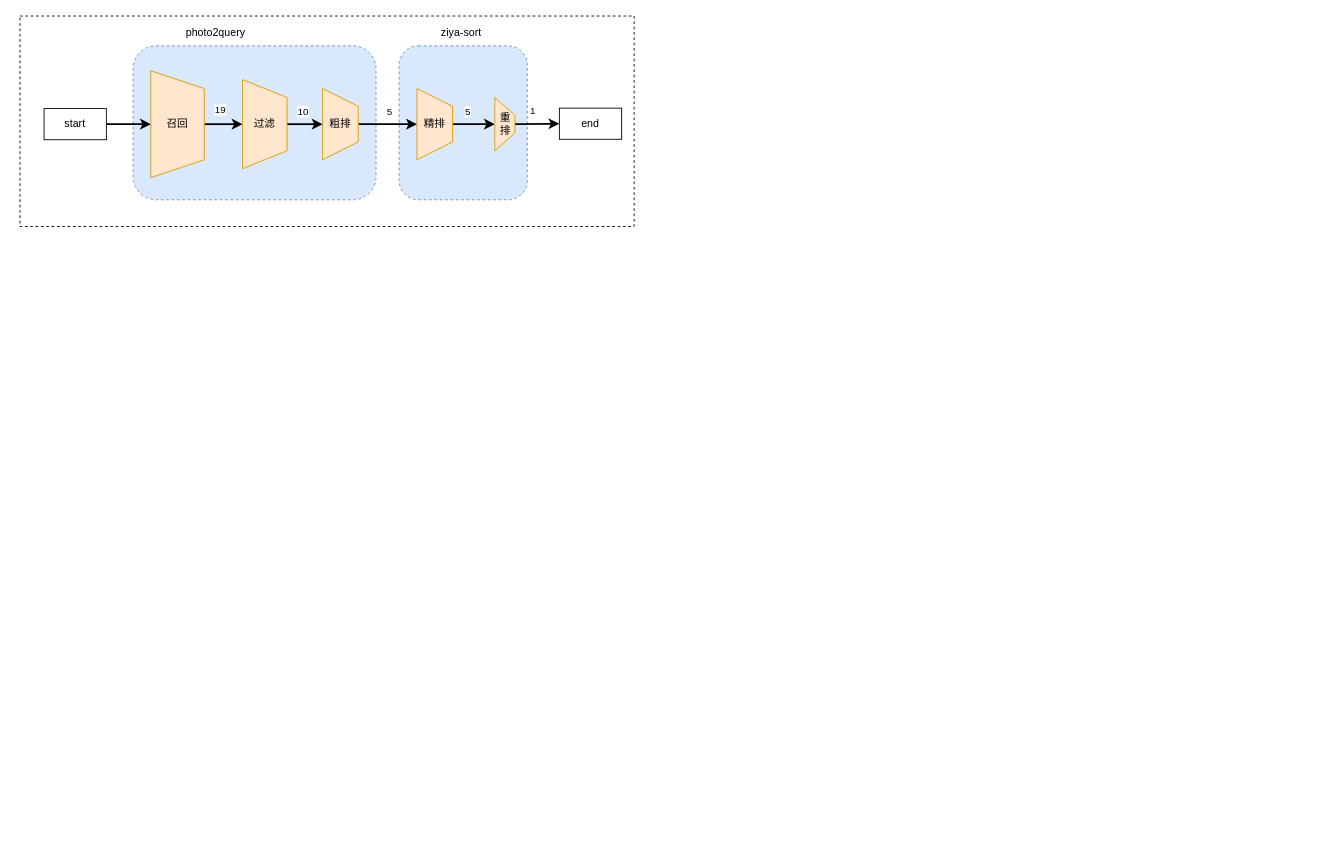
Above: query-reco.drawio in AmaniCheung/draw.io (draw.io), before the change. Source tidied: cells renumbered, new cells numbered last; positions are measured from the earlier drawing's top-left corner, leaving out a move shared by most shapes. Both pictures are drawn from the tidied source at 89%, with x=0, y=0 at pixel (20, 16).
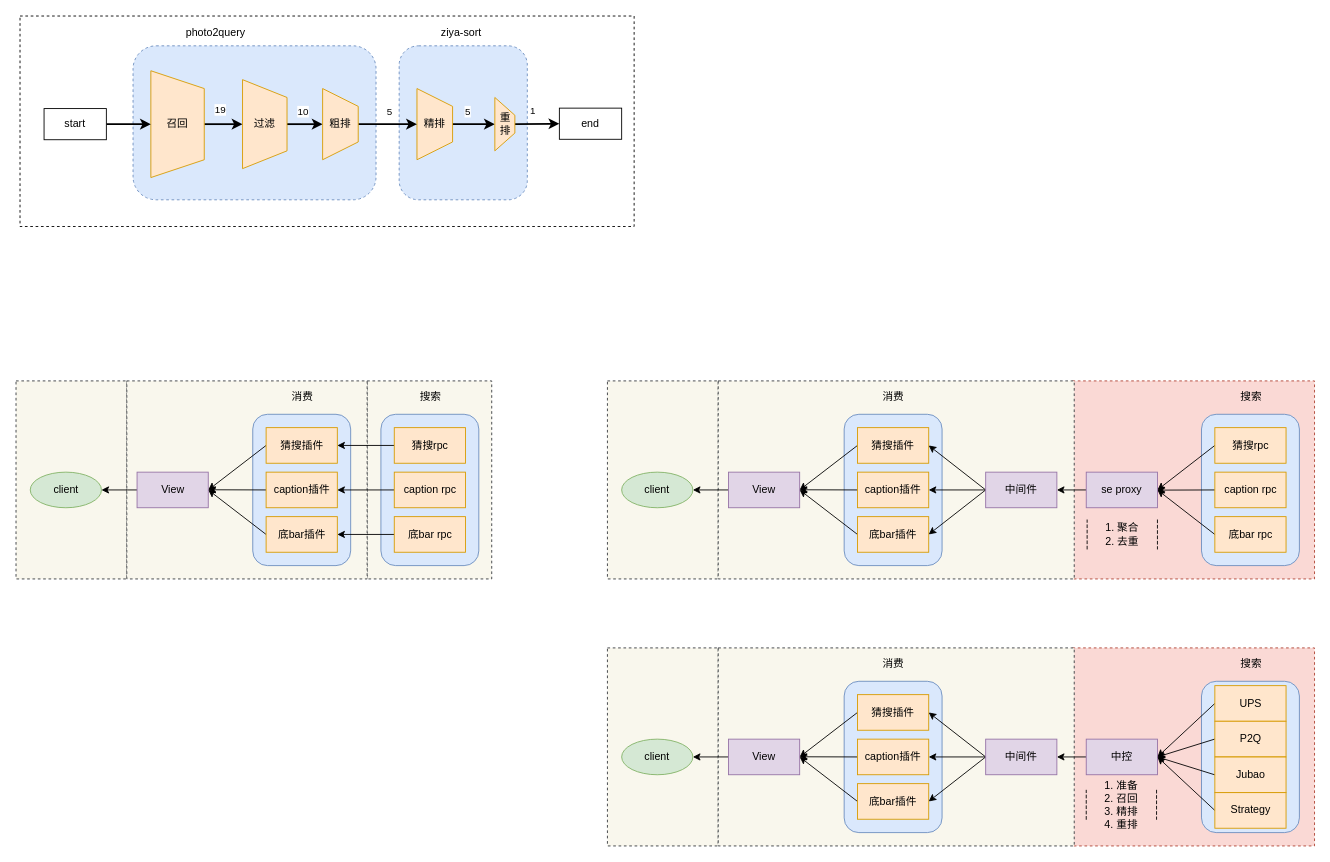
The same diagram, later.

Unchanged cells that the change refers to:
```xml
<mxCell id="7" value="召回" style="shape=trapezoid;perimeter=trapezoidPerimeter;whiteSpace=wrap;html=1;fixedSize=1;direction=south;fillColor=#ffe6cc;strokeColor=#d79b00;" parent="1" vertex="1">
  <mxGeometry x="147" y="61" width="60" height="120" as="geometry" />
</mxCell>
<mxCell id="10" value="&lt;span style=&quot;font-weight: normal;&quot;&gt;过滤&lt;/span&gt;" style="shape=trapezoid;perimeter=trapezoidPerimeter;whiteSpace=wrap;html=1;fixedSize=1;direction=south;fillColor=#ffe6cc;strokeColor=#d79b00;fontStyle=1;" parent="1" vertex="1">
  <mxGeometry x="250" y="71" width="50" height="100" as="geometry" />
</mxCell>
<mxCell id="13" value="精排" style="shape=trapezoid;perimeter=trapezoidPerimeter;whiteSpace=wrap;html=1;fixedSize=1;direction=south;fillColor=#ffe6cc;strokeColor=#d79b00;" parent="1" vertex="1">
  <mxGeometry x="446" y="81" width="40" height="80" as="geometry" />
</mxCell>
<mxCell id="16" value="重排" style="shape=trapezoid;perimeter=trapezoidPerimeter;whiteSpace=wrap;html=1;fixedSize=1;direction=south;fillColor=#ffe6cc;strokeColor=#d79b00;" parent="1" vertex="1">
  <mxGeometry x="533.5" y="91" width="22.5" height="60" as="geometry" />
</mxCell>
<mxCell id="18" value="start" style="rounded=0;whiteSpace=wrap;html=1;" parent="1" vertex="1">
  <mxGeometry x="27" y="103.5" width="70" height="35" as="geometry" />
</mxCell>
<mxCell id="19" value="end" style="rounded=0;whiteSpace=wrap;html=1;" parent="1" vertex="1">
  <mxGeometry x="606" y="103" width="70" height="35" as="geometry" />
</mxCell>
<mxCell id="24" value="粗排" style="shape=trapezoid;perimeter=trapezoidPerimeter;whiteSpace=wrap;html=1;fixedSize=1;direction=south;fillColor=#ffe6cc;strokeColor=#d79b00;" parent="1" vertex="1">
  <mxGeometry x="340" y="81" width="40" height="80" as="geometry" />
</mxCell>
```

Diff of the diagram source:
```diff
@@
+    <mxCell id="25" style="rounded=0;whiteSpace=wrap;html=1;dashed=1;fillColor=#f9f7ed;strokeColor=#36393d;" parent="1" vertex="1">
+      <mxGeometry x="-4.5" y="409.5" width="124.5" height="222.5" as="geometry" />
+    </mxCell>
+    <mxCell id="26" style="rounded=0;whiteSpace=wrap;html=1;dashed=1;fillColor=#f9f7ed;strokeColor=#36393d;" parent="1" vertex="1">
+      <mxGeometry x="660" y="709.5" width="124.5" height="222.5" as="geometry" />
+    </mxCell>
+    <mxCell id="27" style="rounded=0;whiteSpace=wrap;html=1;dashed=1;fillColor=#f9f7ed;strokeColor=#36393d;" parent="1" vertex="1">
+      <mxGeometry x="660" y="409.5" width="124.5" height="222.5" as="geometry" />
+    </mxCell>
+    <mxCell id="28" style="rounded=0;whiteSpace=wrap;html=1;dashed=1;fillColor=#fad9d5;strokeColor=#ae4132;" parent="1" vertex="1">
+      <mxGeometry x="1182.5" y="409.5" width="272" height="222.5" as="geometry" />
+    </mxCell>
+    <mxCell id="29" style="rounded=0;whiteSpace=wrap;html=1;dashed=1;fillColor=#f9f7ed;strokeColor=#36393d;" parent="1" vertex="1">
+      <mxGeometry x="390" y="409.5" width="140" height="222.5" as="geometry" />
+    </mxCell>
+    <mxCell id="30" style="rounded=0;whiteSpace=wrap;html=1;dashed=1;fillColor=#f9f7ed;strokeColor=#36393d;" parent="1" vertex="1">
+      <mxGeometry x="120" y="409.5" width="270" height="222.5" as="geometry" />
+    </mxCell>
+    <mxCell id="31" style="rounded=1;whiteSpace=wrap;html=1;fillColor=#dae8fc;strokeColor=#6c8ebf;" parent="1" vertex="1">
+      <mxGeometry x="261.5" y="447" width="110" height="170" as="geometry" />
+    </mxCell>
@@
-    <mxCell id="5" style="edgeStyle=none;html=1;exitX=0.5;exitY=0;exitDx=0;exitDy=0;strokeWidth=2;" parent="1" edge="1" source="7" target="10">
+    <mxCell id="5" style="edgeStyle=none;html=1;exitX=0.5;exitY=0;exitDx=0;exitDy=0;strokeWidth=2;fontStyle=0;" parent="1" edge="1" source="7" target="10">
       <mxGeometry relative="1" as="geometry" />
     </mxCell>
@@
-    <mxCell id="8" style="edgeStyle=none;html=1;exitX=0.5;exitY=0;exitDx=0;exitDy=0;entryX=0.5;entryY=1;entryDx=0;entryDy=0;strokeWidth=2;" parent="1" edge="1" source="10" target="24">
+    <mxCell id="8" style="edgeStyle=none;html=1;exitX=0.5;exitY=0;exitDx=0;exitDy=0;entryX=0.5;entryY=1;entryDx=0;entryDy=0;strokeWidth=2;fontStyle=0;" parent="1" edge="1" source="10" target="24">
       <mxGeometry relative="1" as="geometry" />
     </mxCell>
@@
-    <mxCell id="11" style="edgeStyle=none;html=1;strokeWidth=2;" parent="1" edge="1" source="13" target="16">
+    <mxCell id="11" style="edgeStyle=none;html=1;strokeWidth=2;fontStyle=0;" parent="1" edge="1" source="13" target="16">
       <mxGeometry relative="1" as="geometry" />
     </mxCell>
@@
-    <mxCell id="14" style="edgeStyle=none;html=1;entryX=0;entryY=0.5;entryDx=0;entryDy=0;strokeWidth=2;" parent="1" edge="1" source="16" target="19">
+    <mxCell id="14" style="edgeStyle=none;html=1;entryX=0;entryY=0.5;entryDx=0;entryDy=0;strokeWidth=2;fontStyle=0;" parent="1" edge="1" source="16" target="19">
       <mxGeometry relative="1" as="geometry" />
     </mxCell>
@@
-    <mxCell id="17" style="edgeStyle=none;html=1;exitX=1;exitY=0.5;exitDx=0;exitDy=0;entryX=0.5;entryY=1;entryDx=0;entryDy=0;strokeWidth=2;" parent="1" edge="1" source="18" target="7">
+    <mxCell id="17" style="edgeStyle=none;html=1;exitX=1;exitY=0.5;exitDx=0;exitDy=0;entryX=0.5;entryY=1;entryDx=0;entryDy=0;strokeWidth=2;fontStyle=0;" parent="1" edge="1" source="18" target="7">
       <mxGeometry relative="1" as="geometry" />
     </mxCell>
@@
-    <mxCell id="22" style="edgeStyle=none;html=1;exitX=0.5;exitY=0;exitDx=0;exitDy=0;entryX=0.5;entryY=1;entryDx=0;entryDy=0;strokeWidth=2;" parent="1" edge="1" source="24" target="13">
+    <mxCell id="22" style="edgeStyle=none;html=1;exitX=0.5;exitY=0;exitDx=0;exitDy=0;entryX=0.5;entryY=1;entryDx=0;entryDy=0;strokeWidth=2;fontStyle=0;" parent="1" edge="1" source="24" target="13">
       <mxGeometry relative="1" as="geometry" />
     </mxCell>
@@
+    <mxCell id="32" style="edgeStyle=none;html=1;exitX=0;exitY=0.5;exitDx=0;exitDy=0;fontStyle=0;" parent="1" edge="1" source="33" target="40">
+      <mxGeometry relative="1" as="geometry" />
+    </mxCell>
+    <mxCell id="33" value="View" style="rounded=0;whiteSpace=wrap;html=1;fillColor=#e1d5e7;strokeColor=#9673a6;" parent="1" vertex="1">
+      <mxGeometry x="131.5" y="512" width="80" height="40" as="geometry" />
+    </mxCell>
+    <mxCell id="34" style="edgeStyle=none;html=1;exitX=0;exitY=0.5;exitDx=0;exitDy=0;entryX=1;entryY=0.5;entryDx=0;entryDy=0;fontStyle=0;" parent="1" edge="1" source="35" target="33">
+      <mxGeometry relative="1" as="geometry" />
+    </mxCell>
+    <mxCell id="35" value="猜搜插件" style="rounded=0;whiteSpace=wrap;html=1;fillColor=#ffe6cc;strokeColor=#d79b00;" parent="1" vertex="1">
+      <mxGeometry x="276.5" y="462" width="80" height="40" as="geometry" />
+    </mxCell>
+    <mxCell id="36" style="edgeStyle=none;html=1;exitX=0;exitY=0.5;exitDx=0;exitDy=0;fontStyle=0;" parent="1" edge="1" source="37">
+      <mxGeometry relative="1" as="geometry">
+        <mxPoint x="211.5" y="531.8" as="targetPoint" />
+      </mxGeometry>
+    </mxCell>
+    <mxCell id="37" value="caption插件" style="rounded=0;whiteSpace=wrap;html=1;fillColor=#ffe6cc;strokeColor=#d79b00;" parent="1" vertex="1">
+      <mxGeometry x="276.5" y="512" width="80" height="40" as="geometry" />
+    </mxCell>
+    <mxCell id="38" style="edgeStyle=none;html=1;exitX=0;exitY=0.5;exitDx=0;exitDy=0;fontStyle=0;" parent="1" edge="1" source="39">
+      <mxGeometry relative="1" as="geometry">
+        <mxPoint x="211.5" y="532" as="targetPoint" />
+      </mxGeometry>
+    </mxCell>
+    <mxCell id="39" value="底bar插件" style="rounded=0;whiteSpace=wrap;html=1;fillColor=#ffe6cc;strokeColor=#d79b00;" parent="1" vertex="1">
+      <mxGeometry x="276.5" y="562" width="80" height="40" as="geometry" />
+    </mxCell>
+    <mxCell id="40" value="client" style="ellipse;whiteSpace=wrap;html=1;fillColor=#d5e8d4;strokeColor=#82b366;" parent="1" vertex="1">
+      <mxGeometry x="11.5" y="512" width="80" height="40" as="geometry" />
+    </mxCell>
+    <mxCell id="41" style="rounded=1;whiteSpace=wrap;html=1;fillColor=#dae8fc;strokeColor=#6c8ebf;" parent="1" vertex="1">
+      <mxGeometry x="405.5" y="447" width="110" height="170" as="geometry" />
+    </mxCell>
+    <mxCell id="42" style="edgeStyle=none;html=1;exitX=0;exitY=0.5;exitDx=0;exitDy=0;fontStyle=0;" parent="1" edge="1" source="43" target="35">
+      <mxGeometry relative="1" as="geometry" />
+    </mxCell>
+    <mxCell id="43" value="猜搜rpc" style="rounded=0;whiteSpace=wrap;html=1;fillColor=#ffe6cc;strokeColor=#d79b00;" parent="1" vertex="1">
+      <mxGeometry x="420.5" y="462" width="80" height="40" as="geometry" />
+    </mxCell>
+    <mxCell id="44" style="edgeStyle=none;html=1;exitX=0;exitY=0.5;exitDx=0;exitDy=0;fontStyle=0;" parent="1" edge="1" source="45" target="37">
+      <mxGeometry relative="1" as="geometry" />
+    </mxCell>
+    <mxCell id="45" value="caption rpc" style="rounded=0;whiteSpace=wrap;html=1;fillColor=#ffe6cc;strokeColor=#d79b00;" parent="1" vertex="1">
+      <mxGeometry x="420.5" y="512" width="80" height="40" as="geometry" />
+    </mxCell>
+    <mxCell id="46" style="edgeStyle=none;html=1;exitX=0;exitY=0.5;exitDx=0;exitDy=0;fontStyle=0;" parent="1" edge="1" source="47" target="39">
+      <mxGeometry relative="1" as="geometry" />
+    </mxCell>
+    <mxCell id="47" value="底bar rpc" style="rounded=0;whiteSpace=wrap;html=1;fillColor=#ffe6cc;strokeColor=#d79b00;" parent="1" vertex="1">
+      <mxGeometry x="420.5" y="562" width="80" height="40" as="geometry" />
+    </mxCell>
+    <mxCell id="48" value="消费" style="text;html=1;align=center;verticalAlign=middle;strokeColor=none;fillColor=none;" parent="1" vertex="1">
+      <mxGeometry x="291.5" y="412" width="50" height="30" as="geometry" />
+    </mxCell>
+    <mxCell id="49" value="搜索" style="text;html=1;align=center;verticalAlign=middle;strokeColor=none;fillColor=none;" parent="1" vertex="1">
+      <mxGeometry x="435.5" y="412" width="50" height="30" as="geometry" />
+    </mxCell>
+    <mxCell id="50" style="rounded=0;whiteSpace=wrap;html=1;dashed=1;fillColor=#f9f7ed;strokeColor=#36393d;" parent="1" vertex="1">
+      <mxGeometry x="784.5" y="409.5" width="400" height="222.5" as="geometry" />
+    </mxCell>
+    <mxCell id="51" style="rounded=1;whiteSpace=wrap;html=1;fillColor=#dae8fc;strokeColor=#6c8ebf;" parent="1" vertex="1">
+      <mxGeometry x="926" y="447" width="110" height="170" as="geometry" />
+    </mxCell>
+    <mxCell id="52" style="edgeStyle=none;html=1;exitX=0;exitY=0.5;exitDx=0;exitDy=0;fontStyle=0;" parent="1" edge="1" source="53" target="60">
+      <mxGeometry relative="1" as="geometry" />
+    </mxCell>
+    <mxCell id="53" value="View" style="rounded=0;whiteSpace=wrap;html=1;fillColor=#e1d5e7;strokeColor=#9673a6;" parent="1" vertex="1">
+      <mxGeometry x="796" y="512" width="80" height="40" as="geometry" />
+    </mxCell>
+    <mxCell id="54" style="edgeStyle=none;html=1;exitX=0;exitY=0.5;exitDx=0;exitDy=0;entryX=1;entryY=0.5;entryDx=0;entryDy=0;fontStyle=0;" parent="1" edge="1" source="55" target="53">
+      <mxGeometry relative="1" as="geometry" />
+    </mxCell>
+    <mxCell id="55" value="猜搜插件" style="rounded=0;whiteSpace=wrap;html=1;fillColor=#ffe6cc;strokeColor=#d79b00;" parent="1" vertex="1">
+      <mxGeometry x="941" y="462" width="80" height="40" as="geometry" />
+    </mxCell>
+    <mxCell id="56" style="edgeStyle=none;html=1;exitX=0;exitY=0.5;exitDx=0;exitDy=0;fontStyle=0;" parent="1" edge="1" source="57">
+      <mxGeometry relative="1" as="geometry">
+        <mxPoint x="876" y="531.8" as="targetPoint" />
+      </mxGeometry>
+    </mxCell>
+    <mxCell id="57" value="caption插件" style="rounded=0;whiteSpace=wrap;html=1;fillColor=#ffe6cc;strokeColor=#d79b00;" parent="1" vertex="1">
+      <mxGeometry x="941" y="512" width="80" height="40" as="geometry" />
+    </mxCell>
+    <mxCell id="58" style="edgeStyle=none;html=1;exitX=0;exitY=0.5;exitDx=0;exitDy=0;fontStyle=0;" parent="1" edge="1" source="59">
+      <mxGeometry relative="1" as="geometry">
+        <mxPoint x="876" y="532" as="targetPoint" />
+      </mxGeometry>
+    </mxCell>
+    <mxCell id="59" value="底bar插件" style="rounded=0;whiteSpace=wrap;html=1;fillColor=#ffe6cc;strokeColor=#d79b00;" parent="1" vertex="1">
+      <mxGeometry x="941" y="562" width="80" height="40" as="geometry" />
+    </mxCell>
+    <mxCell id="60" value="client" style="ellipse;whiteSpace=wrap;html=1;fillColor=#d5e8d4;strokeColor=#82b366;" parent="1" vertex="1">
+      <mxGeometry x="676" y="512" width="80" height="40" as="geometry" />
+    </mxCell>
+    <mxCell id="61" style="rounded=1;whiteSpace=wrap;html=1;fillColor=#dae8fc;strokeColor=#6c8ebf;" parent="1" vertex="1">
+      <mxGeometry x="1327.5" y="447" width="110" height="170" as="geometry" />
+    </mxCell>
+    <mxCell id="62" style="edgeStyle=none;html=1;exitX=0;exitY=0.5;exitDx=0;exitDy=0;entryX=1;entryY=0.5;entryDx=0;entryDy=0;" parent="1" edge="1" source="63" target="71">
+      <mxGeometry relative="1" as="geometry" />
+    </mxCell>
+    <mxCell id="63" value="猜搜rpc" style="rounded=0;whiteSpace=wrap;html=1;fillColor=#ffe6cc;strokeColor=#d79b00;" parent="1" vertex="1">
+      <mxGeometry x="1342.5" y="462" width="80" height="40" as="geometry" />
+    </mxCell>
+    <mxCell id="64" style="edgeStyle=none;html=1;exitX=0;exitY=0.5;exitDx=0;exitDy=0;" parent="1" edge="1" source="65">
+      <mxGeometry relative="1" as="geometry">
+        <mxPoint x="1277.5" y="532.2" as="targetPoint" />
+      </mxGeometry>
+    </mxCell>
+    <mxCell id="65" value="caption rpc" style="rounded=0;whiteSpace=wrap;html=1;fillColor=#ffe6cc;strokeColor=#d79b00;" parent="1" vertex="1">
+      <mxGeometry x="1342.5" y="512" width="80" height="40" as="geometry" />
+    </mxCell>
+    <mxCell id="66" style="edgeStyle=none;html=1;exitX=0;exitY=0.5;exitDx=0;exitDy=0;entryX=1;entryY=0.5;entryDx=0;entryDy=0;" parent="1" edge="1" source="67" target="71">
+      <mxGeometry relative="1" as="geometry" />
+    </mxCell>
+    <mxCell id="67" value="底bar rpc" style="rounded=0;whiteSpace=wrap;html=1;fillColor=#ffe6cc;strokeColor=#d79b00;" parent="1" vertex="1">
+      <mxGeometry x="1342.5" y="562" width="80" height="40" as="geometry" />
+    </mxCell>
+    <mxCell id="68" value="消费" style="text;html=1;align=center;verticalAlign=middle;strokeColor=none;fillColor=none;" parent="1" vertex="1">
+      <mxGeometry x="956" y="412" width="50" height="30" as="geometry" />
+    </mxCell>
+    <mxCell id="69" value="搜索" style="text;html=1;align=center;verticalAlign=middle;strokeColor=none;fillColor=none;" parent="1" vertex="1">
+      <mxGeometry x="1357.5" y="412" width="50" height="30" as="geometry" />
+    </mxCell>
+    <mxCell id="70" style="edgeStyle=none;html=1;exitX=0;exitY=0.5;exitDx=0;exitDy=0;" parent="1" edge="1" source="71" target="75">
+      <mxGeometry relative="1" as="geometry" />
+    </mxCell>
+    <mxCell id="71" value="se proxy" style="rounded=0;whiteSpace=wrap;html=1;fillColor=#e1d5e7;strokeColor=#9673a6;" parent="1" vertex="1">
+      <mxGeometry x="1198" y="512" width="80" height="40" as="geometry" />
+    </mxCell>
+    <mxCell id="72" style="edgeStyle=none;html=1;exitX=0;exitY=0.5;exitDx=0;exitDy=0;entryX=1;entryY=0.5;entryDx=0;entryDy=0;" parent="1" edge="1" source="75" target="55">
+      <mxGeometry relative="1" as="geometry" />
+    </mxCell>
+    <mxCell id="73" style="edgeStyle=none;html=1;exitX=0;exitY=0.5;exitDx=0;exitDy=0;" parent="1" edge="1" source="75" target="57">
+      <mxGeometry relative="1" as="geometry" />
+    </mxCell>
+    <mxCell id="74" style="edgeStyle=none;html=1;exitX=0;exitY=0.5;exitDx=0;exitDy=0;entryX=1;entryY=0.5;entryDx=0;entryDy=0;" parent="1" edge="1" source="75" target="59">
+      <mxGeometry relative="1" as="geometry" />
+    </mxCell>
+    <mxCell id="75" value="中间件" style="rounded=0;whiteSpace=wrap;html=1;fillColor=#e1d5e7;strokeColor=#9673a6;" parent="1" vertex="1">
+      <mxGeometry x="1085" y="512" width="80" height="40" as="geometry" />
+    </mxCell>
+    <mxCell id="76" style="rounded=0;whiteSpace=wrap;html=1;dashed=1;fillColor=#fad9d5;strokeColor=#ae4132;" parent="1" vertex="1">
+      <mxGeometry x="1182.5" y="709.5" width="272" height="222.5" as="geometry" />
+    </mxCell>
+    <mxCell id="77" style="rounded=0;whiteSpace=wrap;html=1;dashed=1;fillColor=#f9f7ed;strokeColor=#36393d;" parent="1" vertex="1">
+      <mxGeometry x="784.5" y="709.5" width="400" height="222.5" as="geometry" />
+    </mxCell>
+    <mxCell id="78" style="rounded=1;whiteSpace=wrap;html=1;fillColor=#dae8fc;strokeColor=#6c8ebf;" parent="1" vertex="1">
+      <mxGeometry x="926" y="747" width="110" height="170" as="geometry" />
+    </mxCell>
+    <mxCell id="79" style="edgeStyle=none;html=1;exitX=0;exitY=0.5;exitDx=0;exitDy=0;fontStyle=0;" parent="1" edge="1" source="80" target="87">
+      <mxGeometry relative="1" as="geometry" />
+    </mxCell>
+    <mxCell id="80" value="View" style="rounded=0;whiteSpace=wrap;html=1;fillColor=#e1d5e7;strokeColor=#9673a6;" parent="1" vertex="1">
+      <mxGeometry x="796" y="812" width="80" height="40" as="geometry" />
+    </mxCell>
+    <mxCell id="81" style="edgeStyle=none;html=1;exitX=0;exitY=0.5;exitDx=0;exitDy=0;entryX=1;entryY=0.5;entryDx=0;entryDy=0;fontStyle=0;" parent="1" edge="1" source="82" target="80">
+      <mxGeometry relative="1" as="geometry" />
+    </mxCell>
+    <mxCell id="82" value="猜搜插件" style="rounded=0;whiteSpace=wrap;html=1;fillColor=#ffe6cc;strokeColor=#d79b00;" parent="1" vertex="1">
+      <mxGeometry x="941" y="762" width="80" height="40" as="geometry" />
+    </mxCell>
+    <mxCell id="83" style="edgeStyle=none;html=1;exitX=0;exitY=0.5;exitDx=0;exitDy=0;fontStyle=0;" parent="1" edge="1" source="84">
+      <mxGeometry relative="1" as="geometry">
+        <mxPoint x="876" y="831.8" as="targetPoint" />
+      </mxGeometry>
+    </mxCell>
+    <mxCell id="84" value="caption插件" style="rounded=0;whiteSpace=wrap;html=1;fillColor=#ffe6cc;strokeColor=#d79b00;" parent="1" vertex="1">
+      <mxGeometry x="941" y="812" width="80" height="40" as="geometry" />
+    </mxCell>
+    <mxCell id="85" style="edgeStyle=none;html=1;exitX=0;exitY=0.5;exitDx=0;exitDy=0;fontStyle=0;" parent="1" edge="1" source="86">
+      <mxGeometry relative="1" as="geometry">
+        <mxPoint x="876" y="832" as="targetPoint" />
+      </mxGeometry>
+    </mxCell>
+    <mxCell id="86" value="底bar插件" style="rounded=0;whiteSpace=wrap;html=1;fillColor=#ffe6cc;strokeColor=#d79b00;" parent="1" vertex="1">
+      <mxGeometry x="941" y="862" width="80" height="40" as="geometry" />
+    </mxCell>
+    <mxCell id="87" value="client" style="ellipse;whiteSpace=wrap;html=1;fillColor=#d5e8d4;strokeColor=#82b366;" parent="1" vertex="1">
+      <mxGeometry x="676" y="812" width="80" height="40" as="geometry" />
+    </mxCell>
+    <mxCell id="88" value="消费" style="text;html=1;align=center;verticalAlign=middle;strokeColor=none;fillColor=none;" parent="1" vertex="1">
+      <mxGeometry x="956" y="712" width="50" height="30" as="geometry" />
+    </mxCell>
+    <mxCell id="89" value="搜索" style="text;html=1;align=center;verticalAlign=middle;strokeColor=none;fillColor=none;" parent="1" vertex="1">
+      <mxGeometry x="1357.5" y="712" width="50" height="30" as="geometry" />
+    </mxCell>
+    <mxCell id="90" style="edgeStyle=none;html=1;exitX=0;exitY=0.5;exitDx=0;exitDy=0;" parent="1" edge="1" source="91" target="95">
+      <mxGeometry relative="1" as="geometry" />
+    </mxCell>
+    <mxCell id="91" value="中控" style="rounded=0;whiteSpace=wrap;html=1;fillColor=#e1d5e7;strokeColor=#9673a6;" parent="1" vertex="1">
+      <mxGeometry x="1198" y="812" width="80" height="40" as="geometry" />
+    </mxCell>
+    <mxCell id="92" style="edgeStyle=none;html=1;exitX=0;exitY=0.5;exitDx=0;exitDy=0;entryX=1;entryY=0.5;entryDx=0;entryDy=0;" parent="1" edge="1" source="95" target="82">
+      <mxGeometry relative="1" as="geometry" />
+    </mxCell>
+    <mxCell id="93" style="edgeStyle=none;html=1;exitX=0;exitY=0.5;exitDx=0;exitDy=0;" parent="1" edge="1" source="95" target="84">
+      <mxGeometry relative="1" as="geometry" />
+    </mxCell>
+    <mxCell id="94" style="edgeStyle=none;html=1;exitX=0;exitY=0.5;exitDx=0;exitDy=0;entryX=1;entryY=0.5;entryDx=0;entryDy=0;" parent="1" edge="1" source="95" target="86">
+      <mxGeometry relative="1" as="geometry" />
+    </mxCell>
+    <mxCell id="95" value="中间件" style="rounded=0;whiteSpace=wrap;html=1;fillColor=#e1d5e7;strokeColor=#9673a6;" parent="1" vertex="1">
+      <mxGeometry x="1085" y="812" width="80" height="40" as="geometry" />
+    </mxCell>
+    <mxCell id="96" value="1. 聚合&lt;br&gt;2. 去重" style="shape=partialRectangle;whiteSpace=wrap;html=1;bottom=0;top=0;fillColor=none;dashed=1;" parent="1" vertex="1">
+      <mxGeometry x="1199" y="565.8" width="79" height="32.5" as="geometry" />
+    </mxCell>
+    <mxCell id="97" value="1. 准备&lt;br&gt;2. 召回&lt;br&gt;3. 精排&lt;br&gt;4. 重排" style="shape=partialRectangle;whiteSpace=wrap;html=1;bottom=0;top=0;fillColor=none;dashed=1;" parent="1" vertex="1">
+      <mxGeometry x="1198" y="869.5" width="79" height="32.5" as="geometry" />
+    </mxCell>
+    <mxCell id="98" style="rounded=1;whiteSpace=wrap;html=1;fillColor=#dae8fc;strokeColor=#6c8ebf;" parent="1" vertex="1">
+      <mxGeometry x="1327.5" y="747" width="110" height="170" as="geometry" />
+    </mxCell>
+    <mxCell id="99" style="edgeStyle=none;html=1;exitX=0;exitY=0.5;exitDx=0;exitDy=0;entryX=1;entryY=0.5;entryDx=0;entryDy=0;" parent="1" edge="1" source="100" target="91">
+      <mxGeometry relative="1" as="geometry" />
+    </mxCell>
+    <mxCell id="100" value="UPS" style="rounded=0;whiteSpace=wrap;html=1;fillColor=#ffe6cc;strokeColor=#d79b00;" parent="1" vertex="1">
+      <mxGeometry x="1342.5" y="751.9" width="80" height="40" as="geometry" />
+    </mxCell>
+    <mxCell id="101" style="edgeStyle=none;html=1;exitX=0;exitY=0.5;exitDx=0;exitDy=0;entryX=1;entryY=0.5;entryDx=0;entryDy=0;" parent="1" edge="1" source="102" target="91">
+      <mxGeometry relative="1" as="geometry" />
+    </mxCell>
+    <mxCell id="102" value="P2Q" style="rounded=0;whiteSpace=wrap;html=1;fillColor=#ffe6cc;strokeColor=#d79b00;" parent="1" vertex="1">
+      <mxGeometry x="1342.5" y="791.9" width="80" height="40" as="geometry" />
+    </mxCell>
+    <mxCell id="103" style="edgeStyle=none;html=1;exitX=0;exitY=0.5;exitDx=0;exitDy=0;entryX=1;entryY=0.5;entryDx=0;entryDy=0;" parent="1" edge="1" source="104" target="91">
+      <mxGeometry relative="1" as="geometry" />
+    </mxCell>
+    <mxCell id="104" value="Jubao" style="rounded=0;whiteSpace=wrap;html=1;fillColor=#ffe6cc;strokeColor=#d79b00;" parent="1" vertex="1">
+      <mxGeometry x="1342.5" y="832.1" width="80" height="40" as="geometry" />
+    </mxCell>
+    <mxCell id="105" style="edgeStyle=none;html=1;exitX=0;exitY=0.5;exitDx=0;exitDy=0;entryX=1;entryY=0.5;entryDx=0;entryDy=0;" parent="1" edge="1" source="106" target="91">
+      <mxGeometry relative="1" as="geometry" />
+    </mxCell>
+    <mxCell id="106" value="Strategy" style="rounded=0;whiteSpace=wrap;html=1;fillColor=#ffe6cc;strokeColor=#d79b00;" parent="1" vertex="1">
+      <mxGeometry x="1342.5" y="872.1" width="80" height="40" as="geometry" />
+    </mxCell>
```
